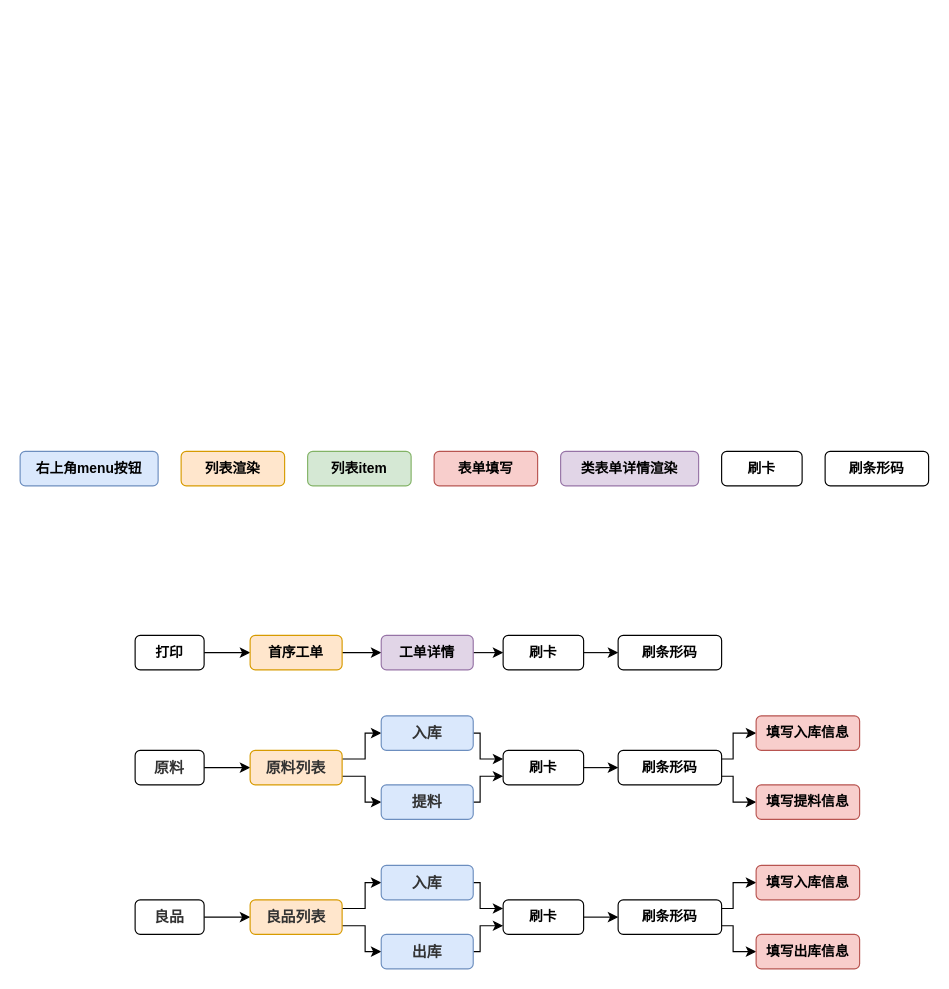
Earlier version of the draw.io diagram page "第 1 页" (1 of 2) of Untitled Diagram.drawio (RuGxxx/Rug_home_Django). Source tidied: cells renumbered, new cells numbered last; positions are measured from the earlier drawing's top-left corner, leaving out a move shared by most shapes. Both pictures are drawn from the tidied source at 115%, with x=0, y=0 at pixel (20, 451).
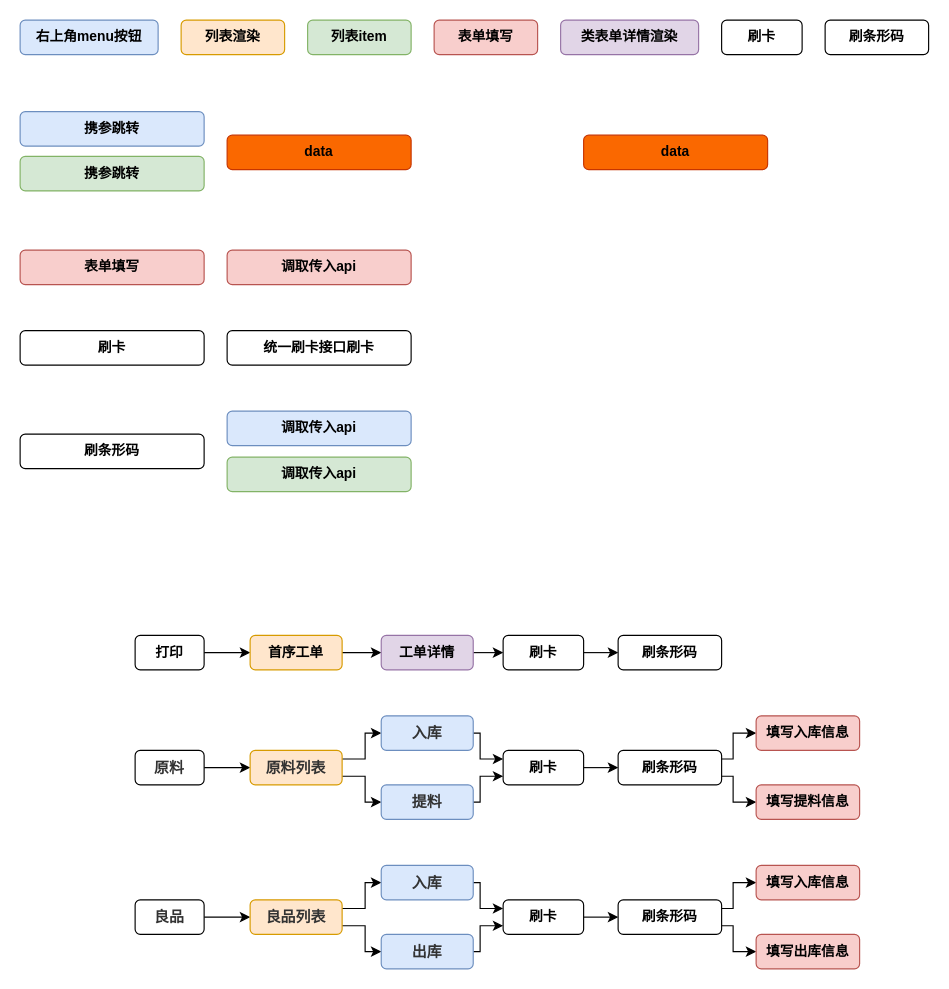
Above is the later version.

Change to the diagram source:
```diff
@@
     <mxCell id="2" value="右上角menu按钮" style="rounded=1;whiteSpace=wrap;html=1;strokeColor=#6c8ebf;fillColor=#dae8fc;labelBackgroundColor=none;fontStyle=1;" parent="1" vertex="1">
-      <mxGeometry width="120" height="30" as="geometry" />
+      <mxGeometry y="-375" width="120" height="30" as="geometry" />
     </mxCell>
     <mxCell id="3" value="列表渲染" style="rounded=1;whiteSpace=wrap;html=1;strokeColor=#d79b00;fillColor=#ffe6cc;labelBackgroundColor=none;fontStyle=1;" parent="1" vertex="1">
-      <mxGeometry x="140" width="90" height="30" as="geometry" />
+      <mxGeometry x="140" y="-375" width="90" height="30" as="geometry" />
     </mxCell>
     <mxCell id="4" value="表单填写" style="rounded=1;whiteSpace=wrap;html=1;strokeColor=#b85450;fillColor=#f8cecc;labelBackgroundColor=none;fontStyle=1;" parent="1" vertex="1">
-      <mxGeometry x="360" width="90" height="30" as="geometry" />
+      <mxGeometry x="360" y="-375" width="90" height="30" as="geometry" />
     </mxCell>
     <mxCell id="5" value="类表单详情渲染" style="rounded=1;whiteSpace=wrap;html=1;strokeColor=#9673a6;fillColor=#e1d5e7;labelBackgroundColor=none;fontStyle=1;" parent="1" vertex="1">
-      <mxGeometry x="470" width="120" height="30" as="geometry" />
+      <mxGeometry x="470" y="-375" width="120" height="30" as="geometry" />
     </mxCell>
     <mxCell id="6" value="刷条形码" style="rounded=1;whiteSpace=wrap;html=1;labelBackgroundColor=none;fontStyle=1;" parent="1" vertex="1">
-      <mxGeometry x="700" width="90" height="30" as="geometry" />
+      <mxGeometry x="700" y="-375" width="90" height="30" as="geometry" />
     </mxCell>
@@
     <mxCell id="15" value="刷卡" style="rounded=1;whiteSpace=wrap;html=1;labelBackgroundColor=none;fontStyle=1;" parent="1" vertex="1">
-      <mxGeometry x="610" width="70" height="30" as="geometry" />
+      <mxGeometry x="610" y="-375" width="70" height="30" as="geometry" />
     </mxCell>
@@
     <mxCell id="49" value="列表item" style="rounded=1;whiteSpace=wrap;html=1;labelBackgroundColor=none;fontStyle=1;fillColor=#d5e8d4;strokeColor=#82b366;" parent="1" vertex="1">
-      <mxGeometry x="250" width="90" height="30" as="geometry" />
+      <mxGeometry x="250" y="-375" width="90" height="30" as="geometry" />
     </mxCell>
+    <mxCell id="50" value="携参跳转" style="rounded=1;whiteSpace=wrap;html=1;strokeColor=#6c8ebf;fillColor=#dae8fc;labelBackgroundColor=none;fontStyle=1;" parent="1" vertex="1">
+      <mxGeometry y="-295.5" width="160" height="30" as="geometry" />
+    </mxCell>
+    <mxCell id="51" value="data" style="rounded=1;whiteSpace=wrap;html=1;strokeColor=#C73500;fillColor=#fa6800;labelBackgroundColor=none;fontStyle=1;fontColor=#000000;" parent="1" vertex="1">
+      <mxGeometry x="180" y="-275" width="160" height="30" as="geometry" />
+    </mxCell>
+    <mxCell id="52" value="携参跳转" style="rounded=1;whiteSpace=wrap;html=1;labelBackgroundColor=none;fontStyle=1;fillColor=#d5e8d4;strokeColor=#82b366;" parent="1" vertex="1">
+      <mxGeometry y="-256.5" width="160" height="30" as="geometry" />
+    </mxCell>
+    <mxCell id="53" value="表单填写" style="rounded=1;whiteSpace=wrap;html=1;strokeColor=#b85450;fillColor=#f8cecc;labelBackgroundColor=none;fontStyle=1;" parent="1" vertex="1">
+      <mxGeometry y="-175" width="160" height="30" as="geometry" />
+    </mxCell>
+    <mxCell id="54" value="调取传入api" style="rounded=1;whiteSpace=wrap;html=1;strokeColor=#b85450;fillColor=#f8cecc;labelBackgroundColor=none;fontStyle=1;" parent="1" vertex="1">
+      <mxGeometry x="180" y="-175" width="160" height="30" as="geometry" />
+    </mxCell>
+    <mxCell id="55" value="刷卡" style="rounded=1;whiteSpace=wrap;html=1;labelBackgroundColor=none;fontStyle=1;" parent="1" vertex="1">
+      <mxGeometry y="-105" width="160" height="30" as="geometry" />
+    </mxCell>
+    <mxCell id="56" value="统一刷卡接口刷卡" style="rounded=1;whiteSpace=wrap;html=1;labelBackgroundColor=none;fontStyle=1;" parent="1" vertex="1">
+      <mxGeometry x="180" y="-105" width="160" height="30" as="geometry" />
+    </mxCell>
+    <mxCell id="57" value="刷条形码" style="rounded=1;whiteSpace=wrap;html=1;labelBackgroundColor=none;fontStyle=1;" parent="1" vertex="1">
+      <mxGeometry y="-15" width="160" height="30" as="geometry" />
+    </mxCell>
+    <mxCell id="58" value="调取传入api" style="rounded=1;whiteSpace=wrap;html=1;strokeColor=#6c8ebf;fillColor=#dae8fc;labelBackgroundColor=none;fontStyle=1;" parent="1" vertex="1">
+      <mxGeometry x="180" y="-35" width="160" height="30" as="geometry" />
+    </mxCell>
+    <mxCell id="59" value="调取传入api" style="rounded=1;whiteSpace=wrap;html=1;labelBackgroundColor=none;fontStyle=1;fillColor=#d5e8d4;strokeColor=#82b366;" parent="1" vertex="1">
+      <mxGeometry x="180" y="5" width="160" height="30" as="geometry" />
+    </mxCell>
+    <mxCell id="60" value="data" style="rounded=1;whiteSpace=wrap;html=1;strokeColor=#C73500;fillColor=#fa6800;labelBackgroundColor=none;fontStyle=1;fontColor=#000000;" parent="1" vertex="1">
+      <mxGeometry x="490" y="-275" width="160" height="30" as="geometry" />
+    </mxCell>
```
